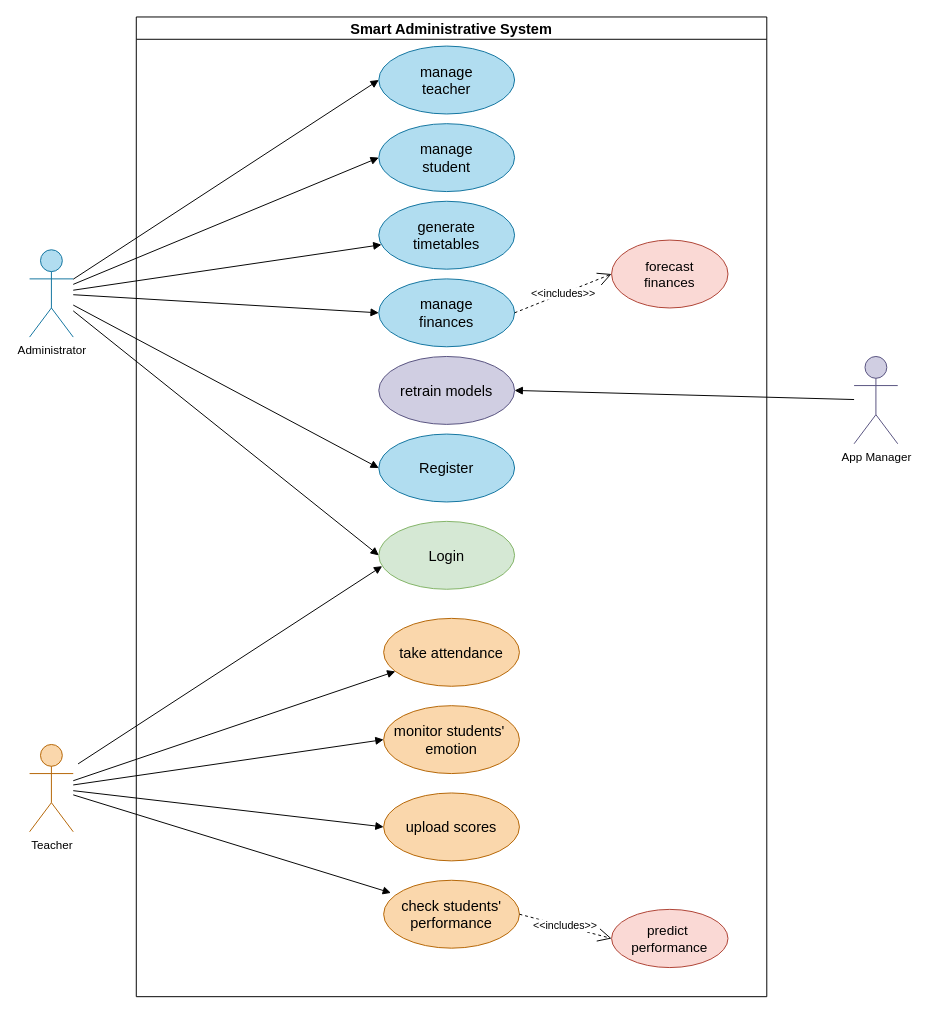
e-hokage777/KNUST_Final_Year_Project keeps this draw.io diagram as deliverables/diagrams/Smart_Administrative_System_UseCase - revision.drawio. Above is the earlier version. Source tidied: cells renumbered, new cells numbered last; positions are measured from the earlier drawing's top-left corner, leaving out a move shared by most shapes. Both pictures are drawn from the tidied source at 97%, with x=0, y=0 at pixel (29, 16).
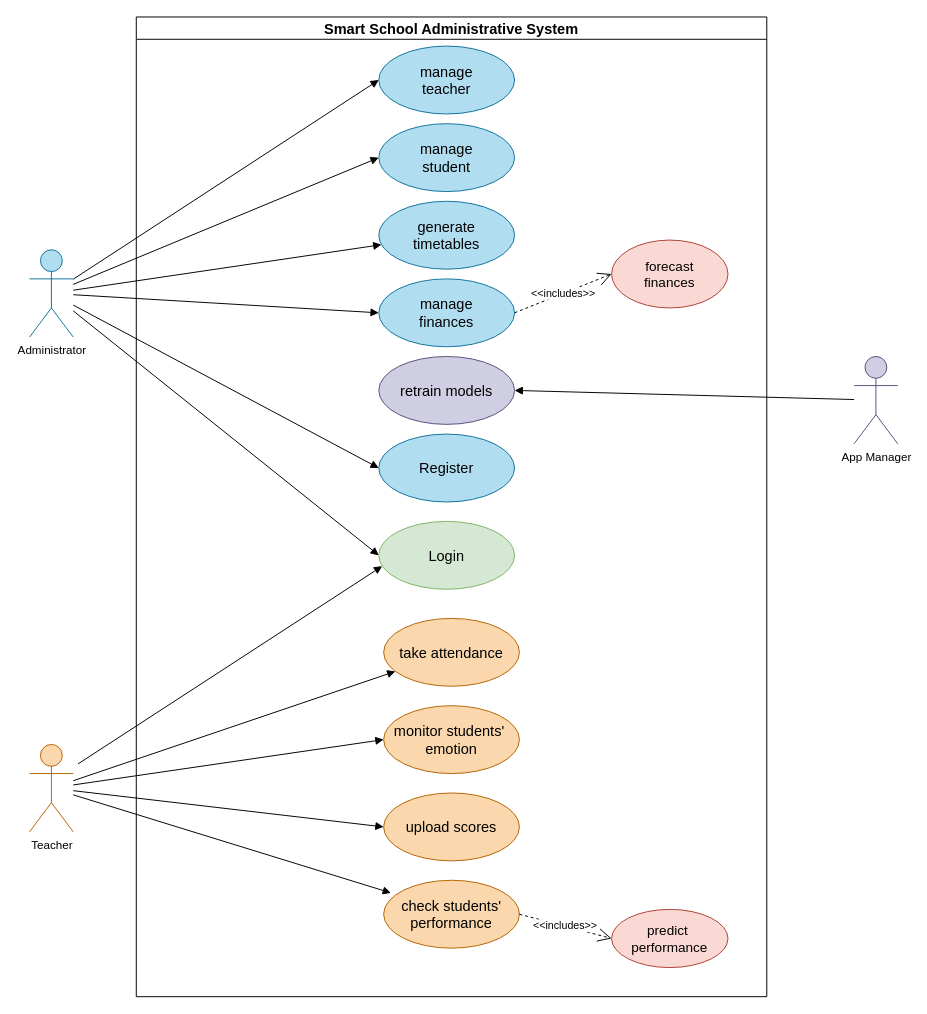
After the change.

The edit, as a diff of the source:
```diff
@@
-    <mxCell id="2" value="&lt;font style=&quot;font-size: 15px;&quot;&gt;Smart Administrative System&lt;/font&gt;" style="swimlane;whiteSpace=wrap;html=1;" parent="1" vertex="1">
+    <mxCell id="2" value="&lt;font style=&quot;font-size: 15px;&quot;&gt;Smart School Administrative System&lt;/font&gt;" style="swimlane;whiteSpace=wrap;html=1;" parent="1" vertex="1">
       <mxGeometry x="110" width="650" height="1010" as="geometry" />
     </mxCell>
```
